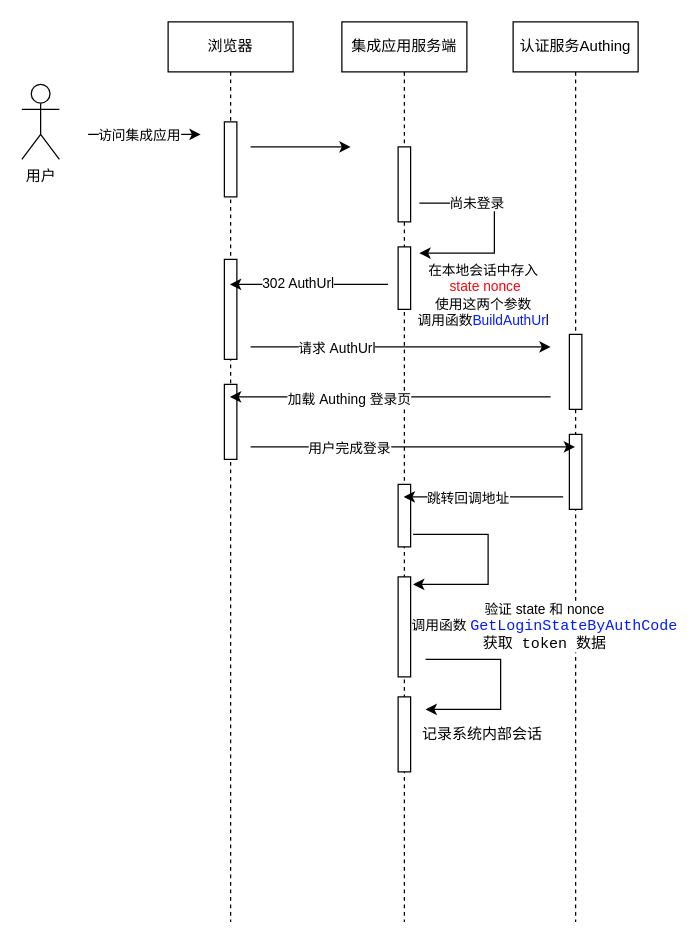
Authing/golang-sdk-auth-demo keeps this draw.io diagram as docs/login_flow.drawio. Above is the earlier version. Source tidied: cells renumbered, new cells numbered last; positions are measured from the earlier drawing's top-left corner, leaving out a move shared by most shapes. Both pictures are drawn from the tidied source at 125%, with x=0, y=0 at pixel (21, 21).
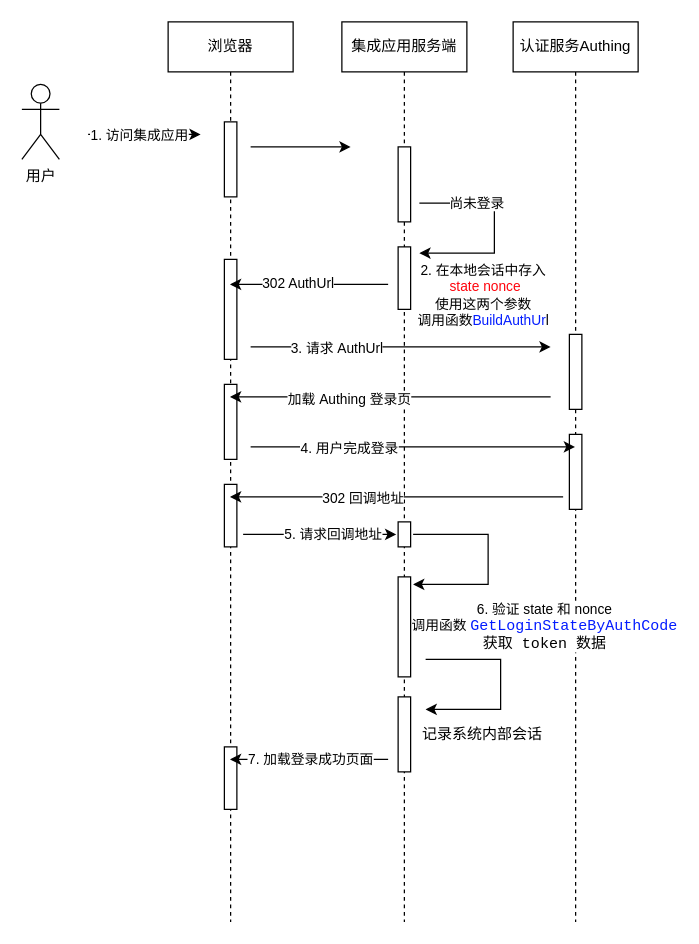
The same page after the edit.

Unchanged cells that the change refers to:
```xml
<mxCell id="5" value="集成应用服务端" style="shape=umlLifeline;perimeter=lifelinePerimeter;whiteSpace=wrap;html=1;outlineConnect=0;" parent="1" vertex="1">
  <mxGeometry x="256" width="100" height="720" as="geometry" />
</mxCell>
<mxCell id="7" style="endArrow=classic;html=1;rounded=0;" parent="5" edge="1">
  <mxGeometry relative="1" as="geometry">
    <mxPoint x="62" y="145" as="sourcePoint" />
    <mxPoint x="62" y="185" as="targetPoint" />
    <Array as="points">
      <mxPoint x="122" y="145" />
      <mxPoint x="122" y="185" />
    </Array>
  </mxGeometry>
</mxCell>
<mxCell id="12" style="endArrow=classic;html=1;rounded=0;fontColor=#031CFF;" parent="5" edge="1">
  <mxGeometry relative="1" as="geometry">
    <mxPoint x="57" y="410" as="sourcePoint" />
    <mxPoint x="57" y="450" as="targetPoint" />
    <Array as="points">
      <mxPoint x="117" y="410" />
      <mxPoint x="117" y="450" />
    </Array>
  </mxGeometry>
</mxCell>
<mxCell id="18" value="浏览器" style="shape=umlLifeline;perimeter=lifelinePerimeter;whiteSpace=wrap;html=1;outlineConnect=0;" parent="1" vertex="1">
  <mxGeometry x="117" width="100" height="720" as="geometry" />
</mxCell>
<mxCell id="22" style="endArrow=classic;html=1;rounded=0;" parent="18" edge="1">
  <mxGeometry relative="1" as="geometry">
    <mxPoint x="66" y="260" as="sourcePoint" />
    <mxPoint x="306" y="260" as="targetPoint" />
  </mxGeometry>
</mxCell>
<mxCell id="25" style="endArrow=classic;html=1;rounded=0;" parent="18" edge="1" target="2">
  <mxGeometry relative="1" as="geometry">
    <mxPoint x="66" y="340" as="sourcePoint" />
  </mxGeometry>
</mxCell>
<mxCell id="28" style="endArrow=classic;html=1;rounded=0;" parent="1" edge="1">
  <mxGeometry relative="1" as="geometry">
    <mxPoint x="53" y="90" as="sourcePoint" />
    <mxPoint x="143" y="90" as="targetPoint" />
  </mxGeometry>
</mxCell>
```

Diff of the diagram source:
```diff
@@
-    <mxCell id="9" value="在本地会话中存入&lt;br&gt;&amp;nbsp;&lt;font color=&quot;#ff050d&quot;&gt;state&lt;/font&gt; &lt;font color=&quot;#ff050d&quot;&gt;nonce&lt;/font&gt;&lt;br&gt;使用这两个参数&lt;br&gt;调用函数&lt;font color=&quot;#031cff&quot;&gt;BuildAuthUr&lt;/font&gt;l" style="edgeLabel;html=1;align=center;verticalAlign=middle;" parent="7" vertex="1">
+    <mxCell id="9" value="2. 在本地会话中存入&lt;br&gt;&amp;nbsp;&lt;font color=&quot;#ff050d&quot;&gt;state&lt;/font&gt; &lt;font color=&quot;#ff050d&quot;&gt;nonce&lt;/font&gt;&lt;br&gt;使用这两个参数&lt;br&gt;调用函数&lt;font color=&quot;#031cff&quot;&gt;BuildAuthUr&lt;/font&gt;l" style="edgeLabel;html=1;align=center;verticalAlign=middle;" parent="7" vertex="1">
       <mxGeometry x="0.38" y="1" relative="1" as="geometry">
         <mxPoint y="32" as="offset" />
       </mxGeometry>
     </mxCell>
@@
     <mxCell id="11" style="html=1;perimeter=orthogonalPerimeter;" parent="5" vertex="1">
-      <mxGeometry x="45" y="370" width="10" height="50" as="geometry" />
+      <mxGeometry x="45" y="400" width="10" height="20" as="geometry" />
     </mxCell>
@@
-    <mxCell id="13" value="验证 state 和 nonce&lt;br&gt;调用函数&amp;nbsp;&lt;span style=&quot;font-family: Consolas, &amp;quot;Courier New&amp;quot;, monospace; background-color: rgb(255, 255, 255);&quot;&gt;&lt;font style=&quot;font-size: 12px;&quot;&gt;&lt;font color=&quot;#031cff&quot;&gt;GetLoginStateByAuthCode&lt;/font&gt;&lt;br&gt;获取 token 数据&lt;br&gt;&lt;/font&gt;&lt;/span&gt;" style="edgeLabel;html=1;align=center;verticalAlign=middle;fontColor=#000000;" parent="12" vertex="1">
+    <mxCell id="13" value="6. 验证 state 和 nonce&lt;br&gt;调用函数&amp;nbsp;&lt;span style=&quot;font-family: Consolas, &amp;quot;Courier New&amp;quot;, monospace; background-color: rgb(255, 255, 255);&quot;&gt;&lt;font style=&quot;font-size: 12px;&quot;&gt;&lt;font color=&quot;#031cff&quot;&gt;GetLoginStateByAuthCode&lt;/font&gt;&lt;br&gt;获取 token 数据&lt;br&gt;&lt;/font&gt;&lt;/span&gt;" style="edgeLabel;html=1;align=center;verticalAlign=middle;fontColor=#000000;" parent="12" vertex="1">
       <mxGeometry x="0.79" y="1" relative="1" as="geometry">
         <mxPoint x="87" y="32" as="offset" />
       </mxGeometry>
     </mxCell>
@@
-    <mxCell id="23" value="请求 AuthUrl" style="edgeLabel;html=1;align=center;verticalAlign=middle;" parent="22" vertex="1">
+    <mxCell id="23" value="3. 请求 AuthUrl" style="edgeLabel;html=1;align=center;verticalAlign=middle;" parent="22" vertex="1">
       <mxGeometry x="-0.43" relative="1" as="geometry" />
     </mxCell>
@@
-    <mxCell id="26" value="用户完成登录" style="edgeLabel;html=1;align=center;verticalAlign=middle;" parent="25" vertex="1">
+    <mxCell id="26" value="4. 用户完成登录" style="edgeLabel;html=1;align=center;verticalAlign=middle;" parent="25" vertex="1">
       <mxGeometry x="-0.4" relative="1" as="geometry" />
     </mxCell>
+    <mxCell id="36" style="html=1;perimeter=orthogonalPerimeter;" parent="18" vertex="1">
+      <mxGeometry x="45" y="580" width="10" height="50" as="geometry" />
+    </mxCell>
+    <mxCell id="37" style="html=1;perimeter=orthogonalPerimeter;" parent="18" vertex="1">
+      <mxGeometry x="45" y="370" width="10" height="50" as="geometry" />
+    </mxCell>
+    <mxCell id="38" style="endArrow=classic;html=1;rounded=0;" parent="18" edge="1">
+      <mxGeometry relative="1" as="geometry">
+        <mxPoint x="60" y="410" as="sourcePoint" />
+        <mxPoint x="182.5" y="410" as="targetPoint" />
+      </mxGeometry>
+    </mxCell>
+    <mxCell id="39" value="5. 请求回调地址" style="edgeLabel;html=1;align=center;verticalAlign=middle;" parent="38" vertex="1">
+      <mxGeometry x="0.16" y="1" relative="1" as="geometry" />
+    </mxCell>
@@
-    <mxCell id="29" value="访问集成应用" style="edgeLabel;html=1;align=center;verticalAlign=middle;" parent="28" vertex="1">
+    <mxCell id="29" value="1. 访问集成应用" style="edgeLabel;html=1;align=center;verticalAlign=middle;" parent="28" vertex="1">
       <mxGeometry x="-0.46" y="-1" relative="1" as="geometry">
         <mxPoint x="16" y="-1" as="offset" />
       </mxGeometry>
     </mxCell>
@@
-    <mxCell id="34" style="endArrow=classic;html=1;rounded=0;" parent="1" edge="1" target="5">
+    <mxCell id="34" style="endArrow=classic;html=1;rounded=0;" parent="1" edge="1" target="18">
       <mxGeometry relative="1" as="geometry">
         <mxPoint x="433" y="380" as="sourcePoint" />
       </mxGeometry>
     </mxCell>
-    <mxCell id="35" value="跳转回调地址" style="edgeLabel;html=1;align=center;verticalAlign=middle;" parent="34" vertex="1">
+    <mxCell id="35" value="302 回调地址" style="edgeLabel;html=1;align=center;verticalAlign=middle;" parent="34" vertex="1">
       <mxGeometry x="0.21" relative="1" as="geometry" />
     </mxCell>
+    <mxCell id="40" style="endArrow=classic;html=1;rounded=0;" parent="1" edge="1" target="18">
+      <mxGeometry relative="1" as="geometry">
+        <mxPoint x="293" y="590" as="sourcePoint" />
+      </mxGeometry>
+    </mxCell>
+    <mxCell id="41" value="7. 加载登录成功页面" style="edgeLabel;html=1;align=center;verticalAlign=middle;" parent="40" vertex="1">
+      <mxGeometry x="0.2" y="-1" relative="1" as="geometry">
+        <mxPoint x="13" as="offset" />
+      </mxGeometry>
+    </mxCell>
```
